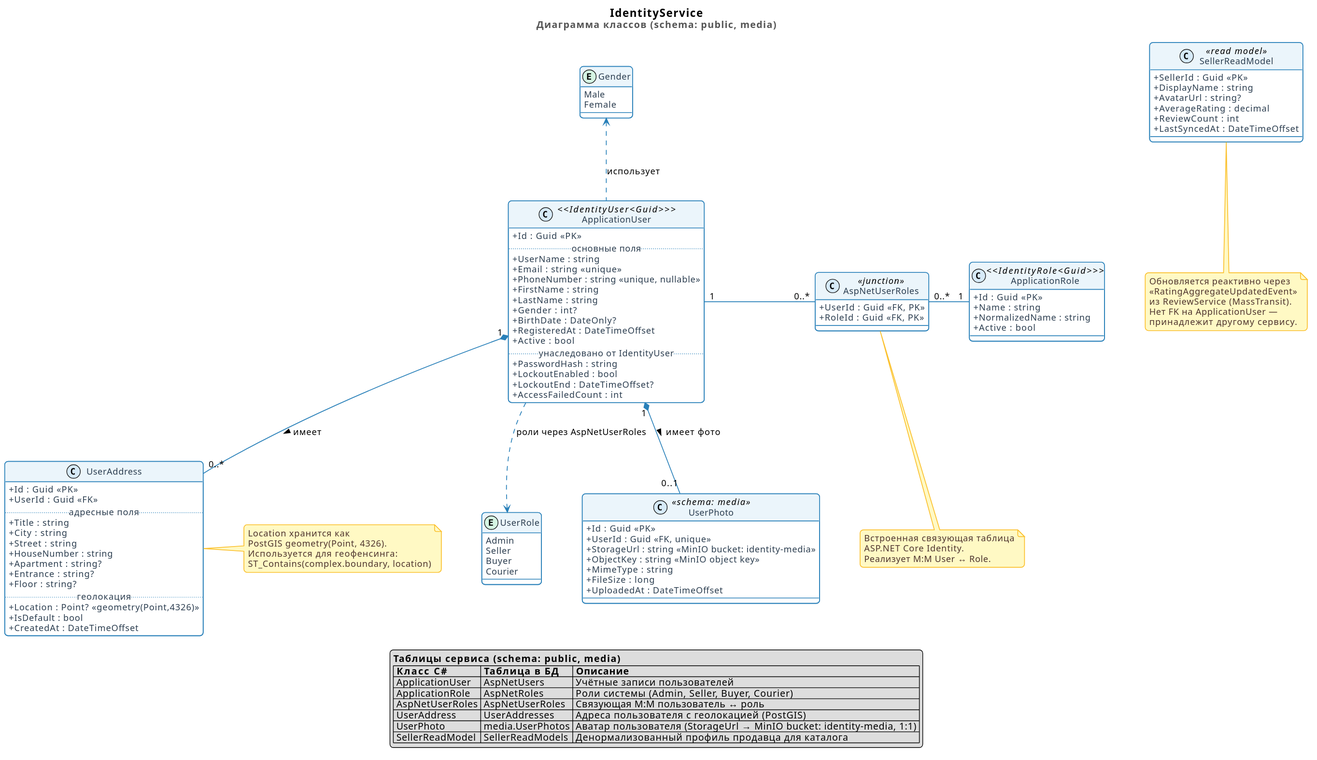
Before: docs/diagrams/svg/identity-service.svg, a diagram exported from PlantUML (LocMp-olegg/LocalMarketplace).
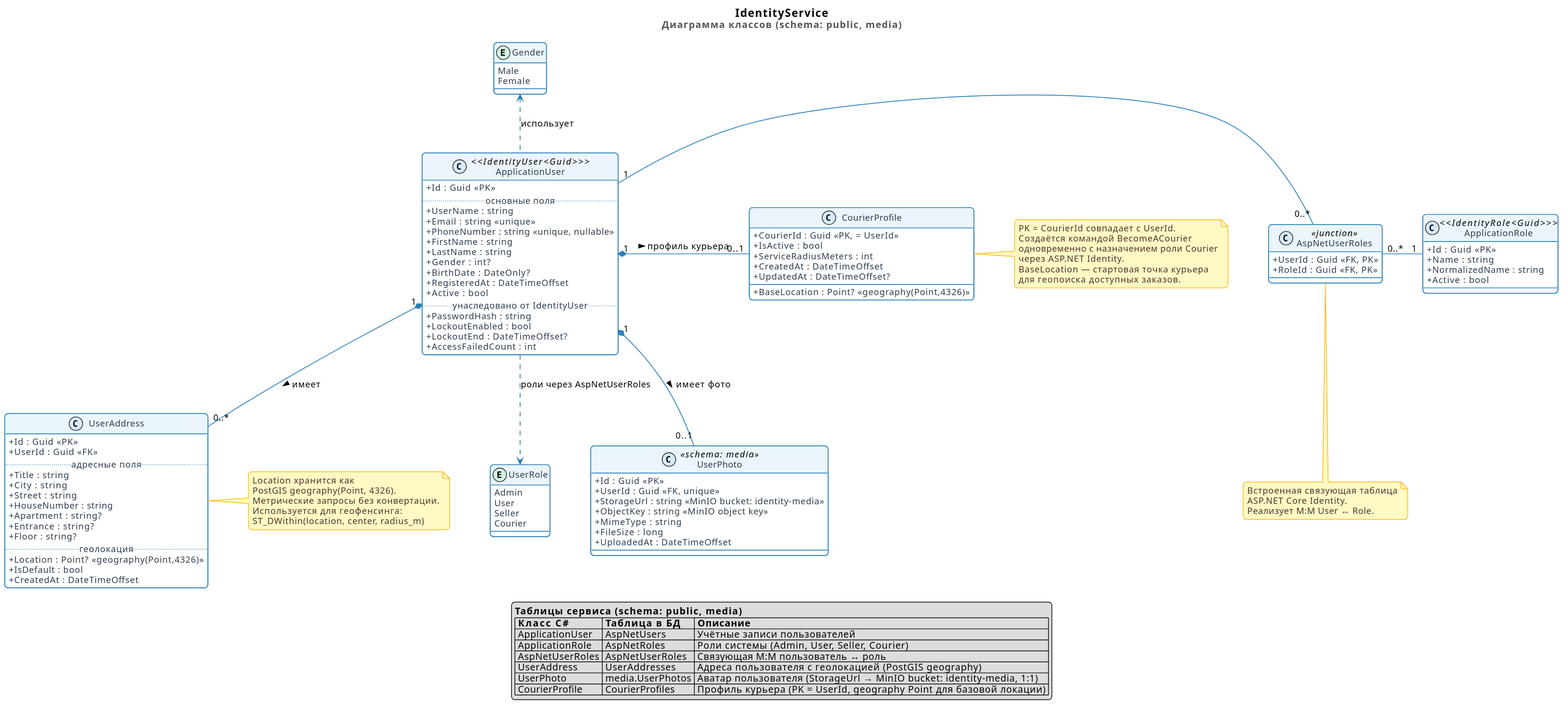
The same diagram one commit later.

Diff of the diagram source:
```diff
@@ -46,8 +46,8 @@
 
 enum UserRole {
     Admin
+    User
     Seller
-    Buyer
     Courier
 }
 
@@ -95,7 +95,7 @@
     + Entrance : string?
     + Floor : string?
     ..геолокация..
-    + Location : Point? <<geometry(Point,4326)>>
+    + Location : Point? <<geography(Point,4326)>>
     + IsDefault : bool
     + CreatedAt : DateTimeOffset
 }
@@ -111,18 +111,19 @@
 }
 
 
-class SellerReadModel <<read model>> {
-    + SellerId : Guid <<PK>>
-    + DisplayName : string
-    + AvatarUrl : string?
-    + AverageRating : decimal
-    + ReviewCount : int
-    + LastSyncedAt : DateTimeOffset
+class CourierProfile {
+    + CourierId : Guid <<PK, = UserId>>
+    + IsActive : bool
+    + ServiceRadiusMeters : int
+    + BaseLocation : Point? <<geography(Point,4326)>>
+    + CreatedAt : DateTimeOffset
+    + UpdatedAt : DateTimeOffset?
 }
 
 
 ApplicationUser "1" *-down- "0..*" UserAddress : имеет >
 ApplicationUser "1" *-down- "0..1" UserPhoto : имеет фото >
+ApplicationUser "1" *-right- "0..1" CourierProfile : профиль курьера >
 ApplicationUser "1" -right- "0..*" AspNetUserRoles
 ApplicationRole "1" -left- "0..*" AspNetUserRoles
 
@@ -130,19 +131,21 @@
 ApplicationUser ..> UserRole : роли через AspNetUserRoles
 
 
-note bottom of SellerReadModel
-  Обновляется реактивно через
-  <<RatingAggregateUpdatedEvent>>
-  из ReviewService (MassTransit).
-  Нет FK на ApplicationUser —
-  принадлежит другому сервису.
+note right of CourierProfile
+  PK = CourierId совпадает с UserId.
+  Создаётся командой BecomeACourier
+  одновременно с назначением роли Courier
+  через ASP.NET Identity.
+  BaseLocation — стартовая точка курьера
+  для геопоиска доступных заказов.
 end note
 
 note right of UserAddress
   Location хранится как
-  PostGIS geometry(Point, 4326).
+  PostGIS geography(Point, 4326).
+  Метрические запросы без конвертации.
   Используется для геофенсинга:
-  ST_Contains(complex.boundary, location)
+  ST_DWithin(location, center, radius_m)
 end note
 
 note bottom of AspNetUserRoles
@@ -157,10 +160,10 @@
   <b>Таблицы сервиса (schema: public, media)</b>
   |= Класс C# |= Таблица в БД |= Описание |
   | ApplicationUser | AspNetUsers | Учётные записи пользователей |
-  | ApplicationRole | AspNetRoles | Роли системы (Admin, Seller, Buyer, Courier) |
+  | ApplicationRole | AspNetRoles | Роли системы (Admin, User, Seller, Courier) |
   | AspNetUserRoles | AspNetUserRoles | Связующая M:M пользователь ↔ роль |
-  | UserAddress | UserAddresses | Адреса пользователя с геолокацией (PostGIS) |
+  | UserAddress | UserAddresses | Адреса пользователя с геолокацией (PostGIS geography) |
   | UserPhoto | media.UserPhotos | Аватар пользователя (StorageUrl → MinIO bucket: identity-media, 1:1) |
-  | SellerReadModel | SellerReadModels | Денормализованный профиль продавца для каталога |
+  | CourierProfile | CourierProfiles | Профиль курьера (PK = UserId, geography Point для базовой локации) |
 endlegend
 @enduml
```
